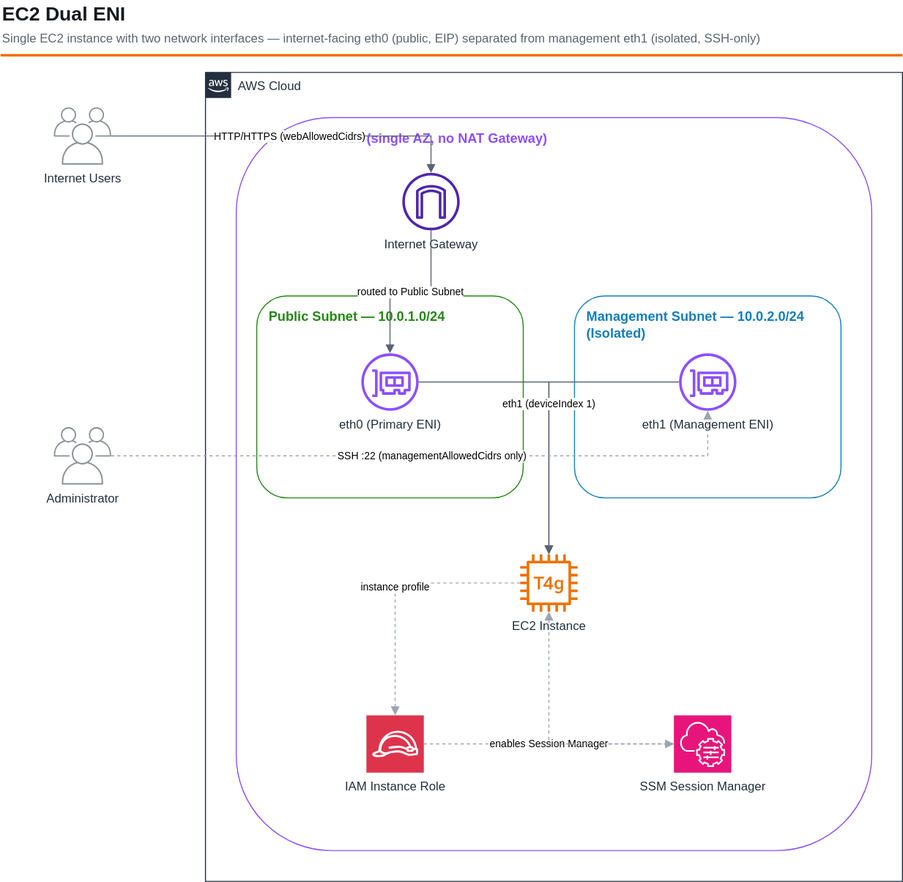
This is infrastructure/workspaces/ec2-dual-eni/overview.drawio.svg from ishiharatma/aws-cdk-reference-architectures, a draw.io export, as it was before one commit. Source tidied: cells renumbered, new cells last; positions are measured from the earlier drawing's top-left corner, leaving out a move shared by most shapes.
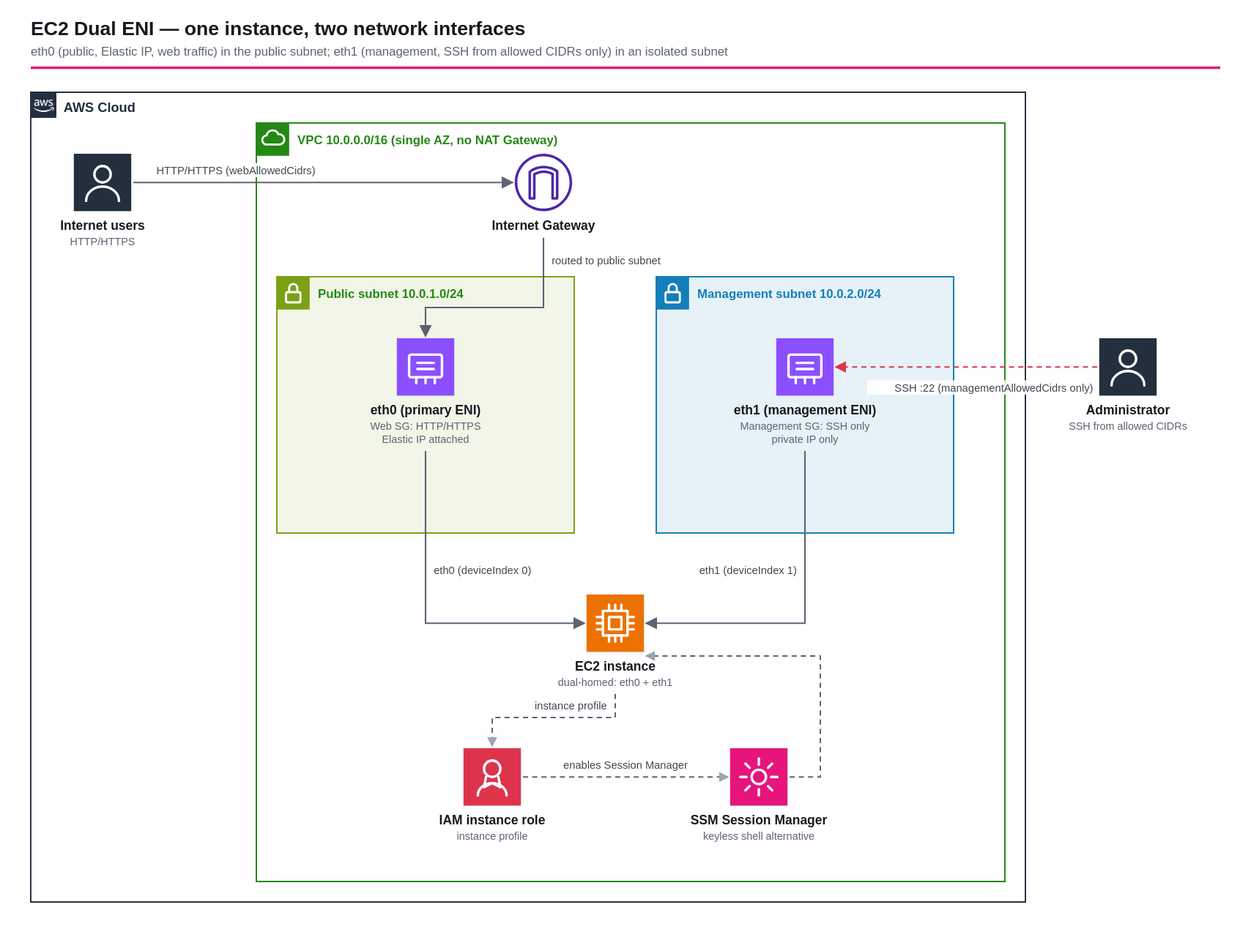
The same diagram one commit later.

The edit, as a diff of the source:
```diff
@@ -2,74 +2,47 @@
   <root>
     <mxCell id="0" />
     <mxCell id="1" parent="0" />
-    <mxCell id="2" value="EC2 Dual ENI" style="text;html=1;strokeColor=none;fillColor=none;align=left;verticalAlign=middle;whiteSpace=wrap;rounded=0;fontSize=19;fontStyle=1;fontColor=#16191F;" parent="1" vertex="1">
-      <mxGeometry width="880" height="28" as="geometry" />
-    </mxCell>
-    <mxCell id="3" value="Single EC2 instance with two network interfaces — internet-facing eth0 (public, EIP) separated from management eth1 (isolated, SSH-only)" style="text;html=1;strokeColor=none;fillColor=none;align=left;verticalAlign=middle;whiteSpace=wrap;rounded=0;fontSize=12;fontStyle=0;fontColor=#5A6472;" parent="1" vertex="1">
-      <mxGeometry y="28" width="880" height="18" as="geometry" />
-    </mxCell>
-    <mxCell id="4" style="rounded=0;whiteSpace=wrap;html=1;fillColor=#ED7100;strokeColor=none;" parent="1" vertex="1">
-      <mxGeometry y="52" width="880" height="2.5" as="geometry" />
-    </mxCell>
+    <mxCell id="15" value="AWS Cloud" style="points=[[0,0],[0.25,0],[0.5,0],[0.75,0],[1,0],[1,0.25],[1,0.5],[1,0.75],[1,1],[0.75,1],[0.5,1],[0.25,1],[0,1],[0,0.75],[0,0.5],[0,0.25]];outlineConnect=0;gradientColor=none;html=1;whiteSpace=wrap;fontSize=12;fontStyle=0;shape=mxgraph.aws4.group;grIcon=mxgraph.aws4.group_aws_cloud_alt;strokeColor=#232F3E;fillColor=none;verticalAlign=top;align=left;spacingLeft=30;fontColor=#232F3E;dashed=0;" parent="1" vertex="1">
+      <mxGeometry y="76" width="970" height="790" as="geometry" />
+    </mxCell>
+    <mxCell id="16" value="VPC 10.0.0.0/16 (single AZ, no NAT Gateway)" style="points=[[0,0],[0.25,0],[0.5,0],[0.75,0],[1,0],[1,0.25],[1,0.5],[1,0.75],[1,1],[0.75,1],[0.5,1],[0.25,1],[0,1],[0,0.75],[0,0.5],[0,0.25]];outlineConnect=0;gradientColor=none;html=1;whiteSpace=wrap;fontSize=12;fontStyle=0;shape=mxgraph.aws4.group;grIcon=mxgraph.aws4.group_vpc;strokeColor=#248814;fillColor=none;verticalAlign=top;align=left;spacingLeft=30;fontColor=#248814;dashed=0;" parent="1" vertex="1">
+      <mxGeometry x="220" y="106" width="730" height="740" as="geometry" />
+    </mxCell>
+    <mxCell id="17" value="Public subnet 10.0.1.0/24" style="gradientColor=none;html=1;whiteSpace=wrap;fontSize=12;fontStyle=0;shape=mxgraph.aws4.group;grIcon=mxgraph.aws4.group_security_group;grStroke=0;strokeColor=#7AA116;fillColor=#F2F6E8;verticalAlign=top;align=left;spacingLeft=30;fontColor=#248814;dashed=0;" parent="1" vertex="1">
+      <mxGeometry x="240" y="256" width="290" height="250" as="geometry" />
+    </mxCell>
+    <mxCell id="18" value="Management subnet 10.0.2.0/24" style="gradientColor=none;html=1;whiteSpace=wrap;fontSize=12;fontStyle=0;shape=mxgraph.aws4.group;grIcon=mxgraph.aws4.group_security_group;grStroke=0;strokeColor=#147EBA;fillColor=#E6F2F8;verticalAlign=top;align=left;spacingLeft=30;fontColor=#147EBA;dashed=0;" parent="1" vertex="1">
+      <mxGeometry x="610" y="256" width="290" height="250" as="geometry" />
+    </mxCell>
-    <mxCell id="5" value="AWS Cloud" style="points=[[0,0],[0.25,0],[0.5,0],[0.75,0],[1,0],[1,0.25],[1,0.5],[1,0.75],[1,1],[0.75,1],[0.5,1],[0.25,1],[0,1],[0,0.75],[0,0.5],[0,0.25]];outlineConnect=0;gradientColor=none;html=1;whiteSpace=wrap;fontSize=12;fontStyle=0;shape=mxgraph.aws4.group;grIcon=mxgraph.aws4.group_aws_cloud_alt;strokeColor=#232F3E;fillColor=none;verticalAlign=top;align=left;spacingLeft=30;fontColor=#232F3E;dashed=0;" parent="1" vertex="1">
-      <mxGeometry x="200" y="70" width="680" height="789" as="geometry" />
+    <mxCell id="5" value="Internet users" style="sketch=0;outlineConnect=0;fontColor=#232F3E;gradientColor=none;fillColor=#232F3D;strokeColor=none;dashed=0;verticalLabelPosition=bottom;verticalAlign=top;align=center;html=1;fontSize=12;fontStyle=0;shape=mxgraph.aws4.user;" parent="1" vertex="1">
+      <mxGeometry x="42" y="136" width="56" height="56" as="geometry" />
     </mxCell>
-    <mxCell id="6" value="VPC — 10.0.0.0/16 (single AZ, no NAT Gateway)" style="rounded=1;whiteSpace=wrap;html=1;fillColor=none;strokeColor=#8C4FFF;verticalAlign=top;align=left;spacingLeft=10;spacingTop=6;fontSize=13;fontStyle=1;fontColor=#8C4FFF;dashed=0;" parent="1" vertex="1">
-      <mxGeometry x="230" y="114" width="620" height="715" as="geometry" />
+    <mxCell id="6" value="Administrator" style="sketch=0;fontColor=#232F3E;gradientColor=none;fillColor=#232F3D;strokeColor=none;dashed=0;verticalLabelPosition=bottom;verticalAlign=top;align=center;html=1;fontSize=12;fontStyle=0;shape=mxgraph.aws4.user;" parent="1" vertex="1">
+      <mxGeometry x="1042" y="316" width="56" height="56" as="geometry" />
     </mxCell>
-    <mxCell id="7" value="Public Subnet — 10.0.1.0/24" style="rounded=1;whiteSpace=wrap;html=1;fillColor=none;strokeColor=#248814;verticalAlign=top;align=left;spacingLeft=10;spacingTop=6;fontSize=13;fontStyle=1;fontColor=#248814;dashed=0;" parent="1" vertex="1">
-      <mxGeometry x="250" y="288" width="260" height="197" as="geometry" />
+    <mxCell id="7" value="Internet Gateway" style="sketch=0;outlineConnect=0;fontColor=#232F3E;gradientColor=none;fillColor=#4D27AA;strokeColor=none;dashed=0;verticalLabelPosition=bottom;verticalAlign=top;align=center;html=1;fontSize=14;fontStyle=0;shape=mxgraph.aws4.internet_gateway;" parent="1" vertex="1">
+      <mxGeometry x="472" y="136" width="56" height="56" as="geometry" />
     </mxCell>
-    <mxCell id="8" value="Management Subnet — 10.0.2.0/24 (Isolated)" style="rounded=1;whiteSpace=wrap;html=1;fillColor=none;strokeColor=#147EBA;verticalAlign=top;align=left;spacingLeft=10;spacingTop=6;fontSize=13;fontStyle=1;fontColor=#147EBA;dashed=0;" parent="1" vertex="1">
-      <mxGeometry x="560" y="288" width="260" height="197" as="geometry" />
+    <mxCell id="8" value="eth0 (primary ENI)" style="sketch=0;fontColor=#232F3E;gradientColor=none;fillColor=#8C4FFF;strokeColor=none;dashed=0;verticalLabelPosition=bottom;verticalAlign=top;align=center;html=1;fontSize=12;fontStyle=0;shape=mxgraph.aws4.elastic_network_interface;" parent="1" vertex="1">
+      <mxGeometry x="357" y="316" width="56" height="56" as="geometry" />
     </mxCell>
-    <mxCell id="9" value="Internet Users" style="sketch=0;outlineConnect=0;fontColor=#232F3E;gradientColor=none;fillColor=#879196;strokeColor=none;dashed=0;verticalLabelPosition=bottom;verticalAlign=top;align=center;html=1;fontSize=12;fontStyle=0;shape=mxgraph.aws4.illustration_users;" parent="1" vertex="1">
-      <mxGeometry x="52" y="104" width="56" height="56" as="geometry" />
+    <mxCell id="9" value="eth1 (management ENI)" style="sketch=0;outlineConnect=0;fontColor=#232F3E;gradientColor=none;fillColor=#8C4FFF;strokeColor=none;dashed=0;verticalLabelPosition=bottom;verticalAlign=top;align=center;html=1;fontSize=12;fontStyle=0;shape=mxgraph.aws4.elastic_network_interface;" parent="1" vertex="1">
+      <mxGeometry x="727" y="316" width="56" height="56" as="geometry" />
     </mxCell>
-    <mxCell id="10" value="Administrator" style="sketch=0;outlineConnect=0;fontColor=#232F3E;gradientColor=none;fillColor=#879196;strokeColor=none;dashed=0;verticalLabelPosition=bottom;verticalAlign=top;align=center;html=1;fontSize=12;fontStyle=0;shape=mxgraph.aws4.illustration_users;" parent="1" vertex="1">
-      <mxGeometry x="52" y="416" width="56" height="56" as="geometry" />
+    <mxCell id="10" value="EC2 instance" style="sketch=0;points=[[0,0,0],[0.25,0,0],[0.5,0,0],[0.75,0,0],[1,0,0],[0,1,0],[0.25,1,0],[0.5,1,0],[0.75,1,0],[1,1,0],[0,0.25,0],[0,0.5,0],[0,0.75,0],[1,0.25,0],[1,0.5,0],[1,0.75,0]];outlineConnect=0;fontColor=#232F3E;fillColor=#ED7100;strokeColor=#ffffff;dashed=0;verticalLabelPosition=bottom;verticalAlign=top;align=center;html=1;fontSize=12;fontStyle=0;shape=mxgraph.aws4.resourceIcon;resIcon=mxgraph.aws4.ec2;" parent="1" vertex="1">
+      <mxGeometry x="542" y="566" width="56" height="56" as="geometry" />
     </mxCell>
-    <mxCell id="11" value="Internet Gateway" style="sketch=0;outlineConnect=0;fontColor=#232F3E;gradientColor=none;fillColor=#4D27AA;strokeColor=none;dashed=0;verticalLabelPosition=bottom;verticalAlign=top;align=center;html=1;fontSize=12;fontStyle=0;shape=mxgraph.aws4.internet_gateway;" parent="1" vertex="1">
-      <mxGeometry x="392" y="168" width="56" height="56" as="geometry" />
+    <mxCell id="11" value="IAM instance role" style="sketch=0;outlineConnect=0;fontColor=#232F3E;gradientColor=none;fillColor=#DD344C;strokeColor=none;dashed=0;verticalLabelPosition=bottom;verticalAlign=top;align=center;html=1;fontSize=12;fontStyle=0;shape=mxgraph.aws4.role;" parent="1" vertex="1">
+      <mxGeometry x="422" y="716" width="56" height="56" as="geometry" />
     </mxCell>
-    <mxCell id="12" value="eth0 (Primary ENI)" style="sketch=0;outlineConnect=0;fontColor=#232F3E;gradientColor=none;fillColor=#8C4FFF;strokeColor=none;dashed=0;verticalLabelPosition=bottom;verticalAlign=top;align=center;html=1;fontSize=12;fontStyle=0;shape=mxgraph.aws4.elastic_network_interface;" parent="1" vertex="1">
-      <mxGeometry x="352" y="344" width="56" height="56" as="geometry" />
+    <mxCell id="12" value="SSM Session Manager" style="sketch=0;points=[[0,0,0],[0.25,0,0],[0.5,0,0],[0.75,0,0],[1,0,0],[0,1,0],[0.25,1,0],[0.5,1,0],[0.75,1,0],[1,1,0],[0,0.25,0],[0,0.5,0],[0,0.75,0],[1,0.25,0],[1,0.5,0],[1,0.75,0]];outlineConnect=0;fontColor=#232F3E;fillColor=#E7157B;strokeColor=#ffffff;dashed=0;verticalLabelPosition=bottom;verticalAlign=top;align=center;html=1;fontSize=12;fontStyle=0;shape=mxgraph.aws4.resourceIcon;resIcon=mxgraph.aws4.systems_manager;" parent="1" vertex="1">
+      <mxGeometry x="682" y="716" width="56" height="56" as="geometry" />
     </mxCell>
-    <mxCell id="13" value="eth1 (Management ENI)" style="sketch=0;outlineConnect=0;fontColor=#232F3E;gradientColor=none;fillColor=#8C4FFF;strokeColor=none;dashed=0;verticalLabelPosition=bottom;verticalAlign=top;align=center;html=1;fontSize=12;fontStyle=0;shape=mxgraph.aws4.elastic_network_interface;" parent="1" vertex="1">
-      <mxGeometry x="662" y="344" width="56" height="56" as="geometry" />
+    <mxCell id="13" value="HTTP/HTTPS (webAllowedCidrs)" style="edgeStyle=orthogonalEdgeStyle;rounded=0;html=1;fontSize=10;endArrow=block;endFill=1;strokeColor=#5A6472;" parent="1" edge="1" source="5" target="7">
+      <mxGeometry relative="1" as="geometry" />
     </mxCell>
-    <mxCell id="14" value="EC2 Instance" style="sketch=0;outlineConnect=0;fontColor=#232F3E;gradientColor=none;fillColor=#ED7100;strokeColor=none;dashed=0;verticalLabelPosition=bottom;verticalAlign=top;align=center;html=1;fontSize=12;fontStyle=0;shape=mxgraph.aws4.t4g_instance;" parent="1" vertex="1">
-      <mxGeometry x="507" y="540" width="56" height="56" as="geometry" />
+    <mxCell id="14" value="enables Session Manager" style="edgeStyle=orthogonalEdgeStyle;rounded=0;html=1;fontSize=10;endArrow=block;endFill=1;strokeColor=#5A6472;dashed=1;" parent="1" edge="1" source="11" target="12">
+      <mxGeometry relative="1" as="geometry" />
     </mxCell>
-    <mxCell id="15" value="IAM Instance Role" style="sketch=0;points=[[0,0,0],[0.25,0,0],[0.5,0,0],[0.75,0,0],[1,0,0],[0,1,0],[0.25,1,0],[0.5,1,0],[0.75,1,0],[1,1,0],[0,0.25,0],[0,0.5,0],[0,0.75,0],[1,0.25,0],[1,0.5,0],[1,0.75,0]];outlineConnect=0;fontColor=#232F3E;fillColor=#DD344C;strokeColor=#ffffff;dashed=0;verticalLabelPosition=bottom;verticalAlign=top;align=center;html=1;fontSize=12;fontStyle=0;shape=mxgraph.aws4.resourceIcon;resIcon=mxgraph.aws4.role;" parent="1" vertex="1">
-      <mxGeometry x="357" y="697" width="56" height="56" as="geometry" />
-    </mxCell>
-    <mxCell id="16" value="SSM Session Manager" style="sketch=0;points=[[0,0,0],[0.25,0,0],[0.5,0,0],[0.75,0,0],[1,0,0],[0,1,0],[0.25,1,0],[0.5,1,0],[0.75,1,0],[1,1,0],[0,0.25,0],[0,0.5,0],[0,0.75,0],[1,0.25,0],[1,0.5,0],[1,0.75,0]];outlineConnect=0;fontColor=#232F3E;fillColor=#E7157B;strokeColor=#ffffff;dashed=0;verticalLabelPosition=bottom;verticalAlign=top;align=center;html=1;fontSize=12;fontStyle=0;shape=mxgraph.aws4.resourceIcon;resIcon=mxgraph.aws4.systems_manager;" parent="1" vertex="1">
-      <mxGeometry x="657" y="697" width="56" height="56" as="geometry" />
-    </mxCell>
-    <mxCell id="17" value="HTTP/HTTPS (webAllowedCidrs)" style="edgeStyle=orthogonalEdgeStyle;rounded=0;html=1;fontSize=10;endArrow=block;endFill=1;strokeColor=#5A6472;" parent="1" edge="1" source="9" target="11">
-      <mxGeometry relative="1" as="geometry" />
-    </mxCell>
-    <mxCell id="18" value="routed to Public Subnet" style="edgeStyle=orthogonalEdgeStyle;rounded=0;html=1;fontSize=10;endArrow=block;endFill=1;strokeColor=#5A6472;" parent="1" edge="1" source="11" target="12">
-      <mxGeometry relative="1" as="geometry" />
-    </mxCell>
-    <mxCell id="19" value="eth0 (deviceIndex 0)" style="edgeStyle=orthogonalEdgeStyle;rounded=0;html=1;fontSize=10;endArrow=block;endFill=1;strokeColor=#5A6472;" parent="1" edge="1" source="12" target="14">
-      <mxGeometry relative="1" as="geometry" />
-    </mxCell>
-    <mxCell id="20" value="eth1 (deviceIndex 1)" style="edgeStyle=orthogonalEdgeStyle;rounded=0;html=1;fontSize=10;endArrow=block;endFill=1;strokeColor=#5A6472;" parent="1" edge="1" source="13" target="14">
-      <mxGeometry relative="1" as="geometry" />
-    </mxCell>
-    <mxCell id="21" value="SSH :22 (managementAllowedCidrs only)" style="edgeStyle=orthogonalEdgeStyle;rounded=0;html=1;fontSize=10;endArrow=block;endFill=1;strokeColor=#9AA5B1;dashed=1;" parent="1" edge="1" source="10" target="13">
-      <mxGeometry relative="1" as="geometry" />
-    </mxCell>
-    <mxCell id="22" value="instance profile" style="edgeStyle=orthogonalEdgeStyle;rounded=0;html=1;fontSize=10;endArrow=block;endFill=1;strokeColor=#9AA5B1;dashed=1;" parent="1" edge="1" source="14" target="15">
-      <mxGeometry relative="1" as="geometry" />
-    </mxCell>
-    <mxCell id="23" value="enables Session Manager" style="edgeStyle=orthogonalEdgeStyle;rounded=0;html=1;fontSize=10;endArrow=block;endFill=1;strokeColor=#9AA5B1;dashed=1;" parent="1" edge="1" source="15" target="16">
-      <mxGeometry relative="1" as="geometry" />
-    </mxCell>
-    <mxCell id="24" style="edgeStyle=orthogonalEdgeStyle;rounded=0;html=1;fontSize=10;endArrow=block;endFill=1;strokeColor=#9AA5B1;dashed=1;" parent="1" edge="1" source="16" target="14">
-      <mxGeometry relative="1" as="geometry" />
-    </mxCell>
   </root>
 </mxGraphModel>
```
